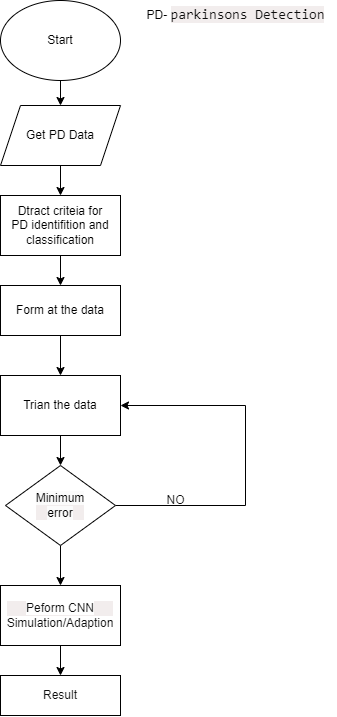
Above: perkinson Diagram.drawio.png in thesourabhk/finalYearProject (draw.io), before the change. Source tidied: cells renumbered, new cells last; positions are measured from the earlier drawing's top-left corner, leaving out a move shared by most shapes.
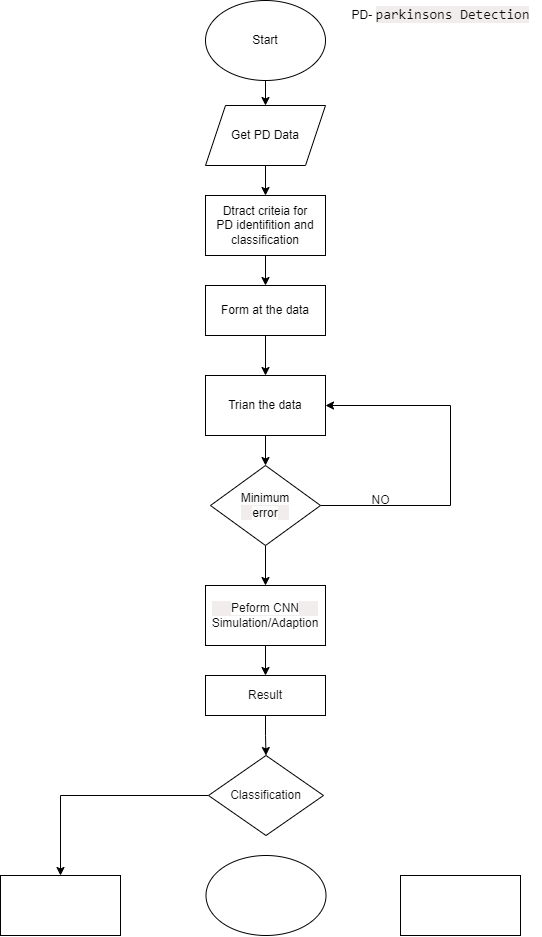
After the change.

What changed in the source:
```diff
@@ -58,8 +58,30 @@
     <mxCell id="18" value="&lt;span style=&quot;background-color: rgb(255, 255, 255);&quot;&gt;Peform CNN&lt;br&gt;Simulation/Adaption&lt;br&gt;&lt;/span&gt;" style="rounded=0;whiteSpace=wrap;html=1;labelBackgroundColor=#f2eded;fontColor=#0d0d0d;" parent="1" vertex="1">
       <mxGeometry y="585" width="120" height="60" as="geometry" />
     </mxCell>
+    <mxCell id="20" style="edgeStyle=orthogonalEdgeStyle;rounded=0;jettySize=auto;html=1;entryX=0.5;entryY=0;entryDx=0;entryDy=0;fontColor=#0d0d0d;" parent="1" edge="1" source="19" target="22">
+      <mxGeometry relative="1" as="geometry" />
+    </mxCell>
     <mxCell id="19" value="Result" style="rounded=0;whiteSpace=wrap;html=1;labelBackgroundColor=#FFFFFF;fontColor=#0d0d0d;" parent="1" vertex="1">
       <mxGeometry y="675" width="120" height="40" as="geometry" />
     </mxCell>
+    <mxCell id="21" style="edgeStyle=orthogonalEdgeStyle;rounded=0;jettySize=auto;html=1;fontColor=#0d0d0d;entryX=0.5;entryY=0;entryDx=0;entryDy=0;" parent="1" edge="1" source="22" target="24">
+      <mxGeometry relative="1" as="geometry">
+        <Array as="points">
+          <mxPoint x="-145" y="795" />
+        </Array>
+      </mxGeometry>
+    </mxCell>
+    <mxCell id="22" value="Classification" style="rhombus;whiteSpace=wrap;html=1;labelBackgroundColor=#FFFFFF;fontColor=#0d0d0d;" parent="1" vertex="1">
+      <mxGeometry x="3" y="755" width="115" height="80" as="geometry" />
+    </mxCell>
+    <mxCell id="23" style="rounded=0;whiteSpace=wrap;html=1;labelBackgroundColor=#FFFFFF;fontColor=#0d0d0d;" parent="1" vertex="1">
+      <mxGeometry x="195" y="875" width="120" height="60" as="geometry" />
+    </mxCell>
+    <mxCell id="24" style="rounded=0;whiteSpace=wrap;html=1;labelBackgroundColor=#FFFFFF;fontColor=#0d0d0d;" parent="1" vertex="1">
+      <mxGeometry x="-205" y="875" width="120" height="60" as="geometry" />
+    </mxCell>
+    <mxCell id="25" style="ellipse;whiteSpace=wrap;html=1;labelBackgroundColor=#FFFFFF;fontColor=#0d0d0d;" parent="1" vertex="1">
+      <mxGeometry x="0.5" y="855" width="120" height="80" as="geometry" />
+    </mxCell>
   </root>
 </mxGraphModel>
```
